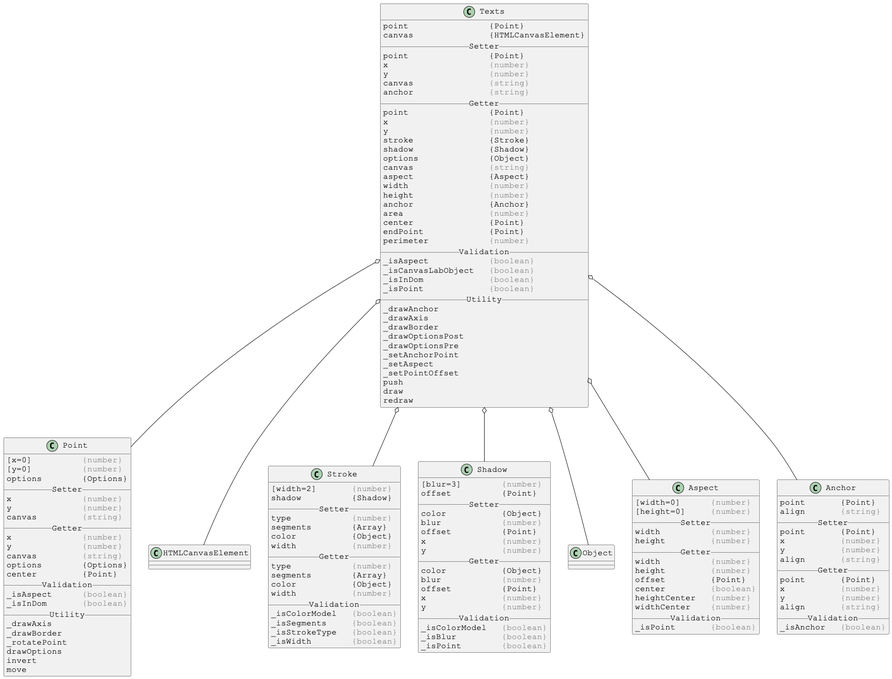
Before: docs/PlantUml/image/linked/Texts-linked.png, a diagram exported from PlantUML (Justin-Byrne/canvasLab).
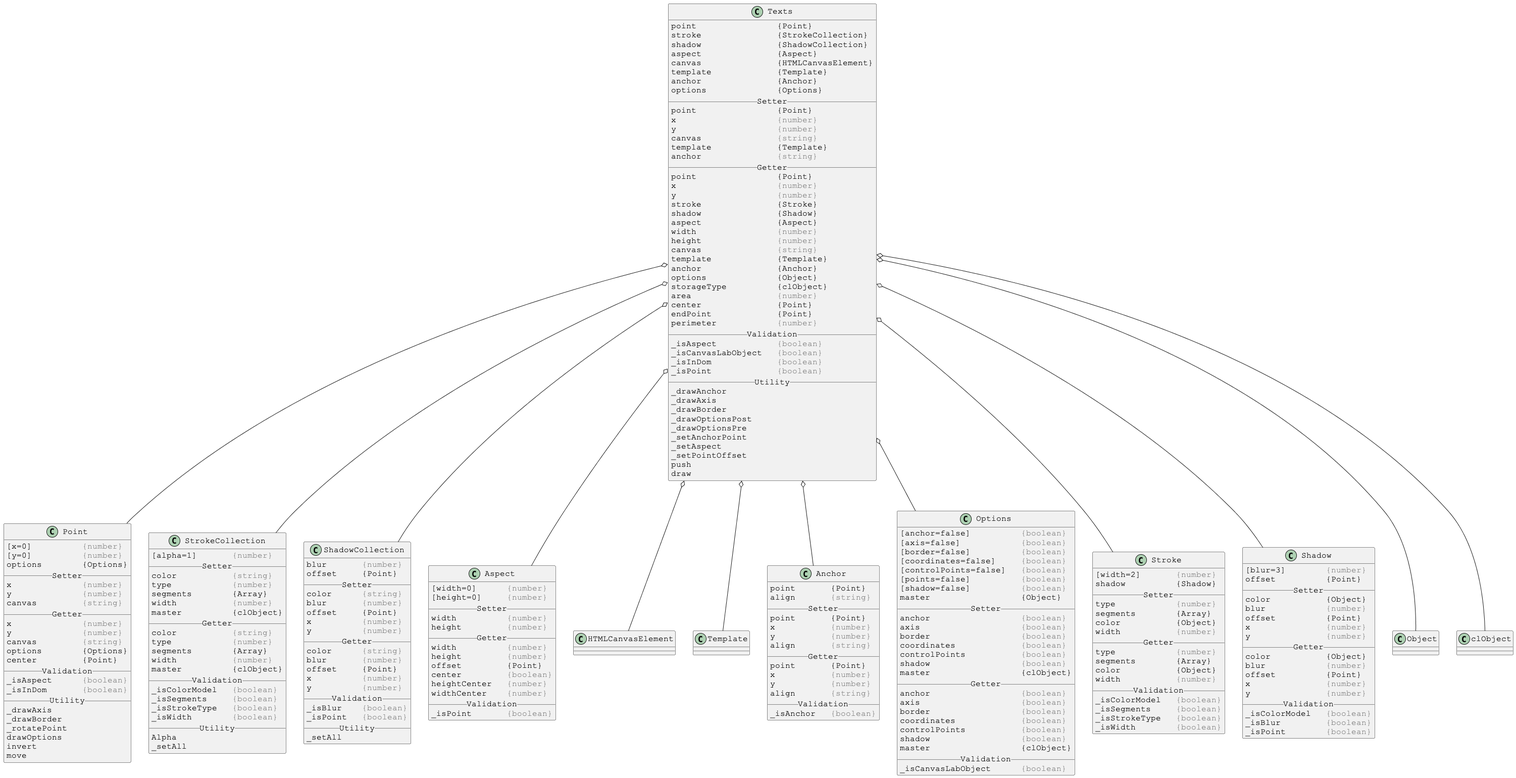
Later version of the same file.

Diff of the diagram source:
```diff
@@ -5,12 +5,19 @@
 
 class Texts {
 point                {Point}
+stroke               {StrokeCollection}
+shadow               {ShadowCollection}
+aspect               {Aspect}
 canvas               {HTMLCanvasElement}
+template             {Template}
+anchor               {Anchor}
+options              {Options}
 __ Setter __
 point                {Point}
 x                    <color:gray>{number}</color>
 y                    <color:gray>{number}</color>
 canvas               <color:gray>{string}</color>
+template             {Template}
 anchor               <color:gray>{string}</color>
 __ Getter __
 point                {Point}
@@ -18,12 +25,14 @@
 y                    <color:gray>{number}</color>
 stroke               {Stroke}
 shadow               {Shadow}
-options              {Object}
-canvas               <color:gray>{string}</color>
 aspect               {Aspect}
 width                <color:gray>{number}</color>
 height               <color:gray>{number}</color>
+canvas               <color:gray>{string}</color>
+template             {Template}
 anchor               {Anchor}
+options              {Object}
+storageType          {clObject}
 area                 <color:gray>{number}</color>
 center               {Point}
 endPoint             {Point}
@@ -44,16 +53,20 @@
 _setPointOffset
 push
 draw
-redraw
 }
 
 Texts o-- Point
+Texts o-- StrokeCollection
+Texts o-- ShadowCollection
+Texts o-- Aspect
 Texts o-- HTMLCanvasElement
+Texts o-- Template
+Texts o-- Anchor
+Texts o-- Options
 Texts o-- Stroke
 Texts o-- Shadow
 Texts o-- Object
-Texts o-- Aspect
-Texts o-- Anchor
+Texts o-- clObject
 
 
 
@@ -84,6 +97,140 @@
 drawOptions
 invert
 move
+}
+
+
+
+skinparam DefaultFontSize 16
+skinparam DefaultFontName Courier New
+
+class StrokeCollection {
+[alpha=1]       <color:gray>{number}</color>
+__ Setter __
+color           <color:gray>{string}</color>
+type            <color:gray>{number}</color>
+segments        {Array}
+width           <color:gray>{number}</color>
+master          {clObject}
+__ Getter __
+color           <color:gray>{string}</color>
+type            <color:gray>{number}</color>
+segments        {Array}
+width           <color:gray>{number}</color>
+master          {clObject}
+__ Validation __
+_isColorModel   <color:gray>{boolean}</color>
+_isSegments     <color:gray>{boolean}</color>
+_isStrokeType   <color:gray>{boolean}</color>
+_isWidth        <color:gray>{boolean}</color>
+__ Utility __
+Alpha
+_setAll
+}
+
+
+
+skinparam DefaultFontSize 16
+skinparam DefaultFontName Courier New
+
+class ShadowCollection {
+blur       <color:gray>{number}</color>
+offset     {Point}
+__ Setter __
+color      <color:gray>{string}</color>
+blur       <color:gray>{number}</color>
+offset     {Point}
+x          <color:gray>{number}</color>
+y          <color:gray>{number}</color>
+__ Getter __
+color      <color:gray>{string}</color>
+blur       <color:gray>{number}</color>
+offset     {Point}
+x          <color:gray>{number}</color>
+y          <color:gray>{number}</color>
+__ Validation __
+_isBlur    <color:gray>{boolean}</color>
+_isPoint   <color:gray>{boolean}</color>
+__ Utility __
+_setAll
+}
+
+
+
+skinparam DefaultFontSize 16
+skinparam DefaultFontName Courier New
+
+class Aspect {
+[width=0]      <color:gray>{number}</color>
+[height=0]     <color:gray>{number}</color>
+__ Setter __
+width          <color:gray>{number}</color>
+height         <color:gray>{number}</color>
+__ Getter __
+width          <color:gray>{number}</color>
+height         <color:gray>{number}</color>
+offset         {Point}
+center         <color:gray>{boolean}</color>
+heightCenter   <color:gray>{number}</color>
+widthCenter    <color:gray>{number}</color>
+__ Validation __
+_isPoint       <color:gray>{boolean}</color>
+}
+
+
+
+skinparam DefaultFontSize 16
+skinparam DefaultFontName Courier New
+
+class Anchor {
+point       {Point}
+align       <color:gray>{string}</color>
+__ Setter __
+point       {Point}
+x           <color:gray>{number}</color>
+y           <color:gray>{number}</color>
+align       <color:gray>{string}</color>
+__ Getter __
+point       {Point}
+x           <color:gray>{number}</color>
+y           <color:gray>{number}</color>
+align       <color:gray>{string}</color>
+__ Validation __
+_isAnchor   <color:gray>{boolean}</color>
+}
+
+
+
+skinparam DefaultFontSize 16
+skinparam DefaultFontName Courier New
+
+class Options {
+[anchor=false]          <color:gray>{boolean}</color>
+[axis=false]            <color:gray>{boolean}</color>
+[border=false]          <color:gray>{boolean}</color>
+[coordinates=false]     <color:gray>{boolean}</color>
+[controlPoints=false]   <color:gray>{boolean}</color>
+[points=false]          <color:gray>{boolean}</color>
+[shadow=false]          <color:gray>{boolean}</color>
+master                  {Object}
+__ Setter __
+anchor                  <color:gray>{boolean}</color>
+axis                    <color:gray>{boolean}</color>
+border                  <color:gray>{boolean}</color>
+coordinates             <color:gray>{boolean}</color>
+controlPoints           <color:gray>{boolean}</color>
+shadow                  <color:gray>{boolean}</color>
+master                  {clObject}
+__ Getter __
+anchor                  <color:gray>{boolean}</color>
+axis                    <color:gray>{boolean}</color>
+border                  <color:gray>{boolean}</color>
+coordinates             <color:gray>{boolean}</color>
+controlPoints           <color:gray>{boolean}</color>
+shadow                  <color:gray>{boolean}</color>
+master                  {clObject}
+__ Validation __
+_isCanvasLabObject      <color:gray>{boolean}</color>
 }
 
 
@@ -137,48 +284,4 @@
 _isPoint        <color:gray>{boolean}</color>
 }
 
-
-
-skinparam DefaultFontSize 16
-skinparam DefaultFontName Courier New
-
-class Aspect {
-[width=0]      <color:gray>{number}</color>
-[height=0]     <color:gray>{number}</color>
-__ Setter __
-width          <color:gray>{number}</color>
-height         <color:gray>{number}</color>
-__ Getter __
-width          <color:gray>{number}</color>
-height         <color:gray>{number}</color>
-offset         {Point}
-center         <color:gray>{boolean}</color>
-heightCenter   <color:gray>{number}</color>
-widthCenter    <color:gray>{number}</color>
-__ Validation __
-_isPoint       <color:gray>{boolean}</color>
-}
-
-
-
-skinparam DefaultFontSize 16
-skinparam DefaultFontName Courier New
-
-class Anchor {
-point       {Point}
-align       <color:gray>{string}</color>
-__ Setter __
-point       {Point}
-x           <color:gray>{number}</color>
-y           <color:gray>{number}</color>
-align       <color:gray>{string}</color>
-__ Getter __
-point       {Point}
-x           <color:gray>{number}</color>
-y           <color:gray>{number}</color>
-align       <color:gray>{string}</color>
-__ Validation __
-_isAnchor   <color:gray>{boolean}</color>
-}
-
 @enduml
```
